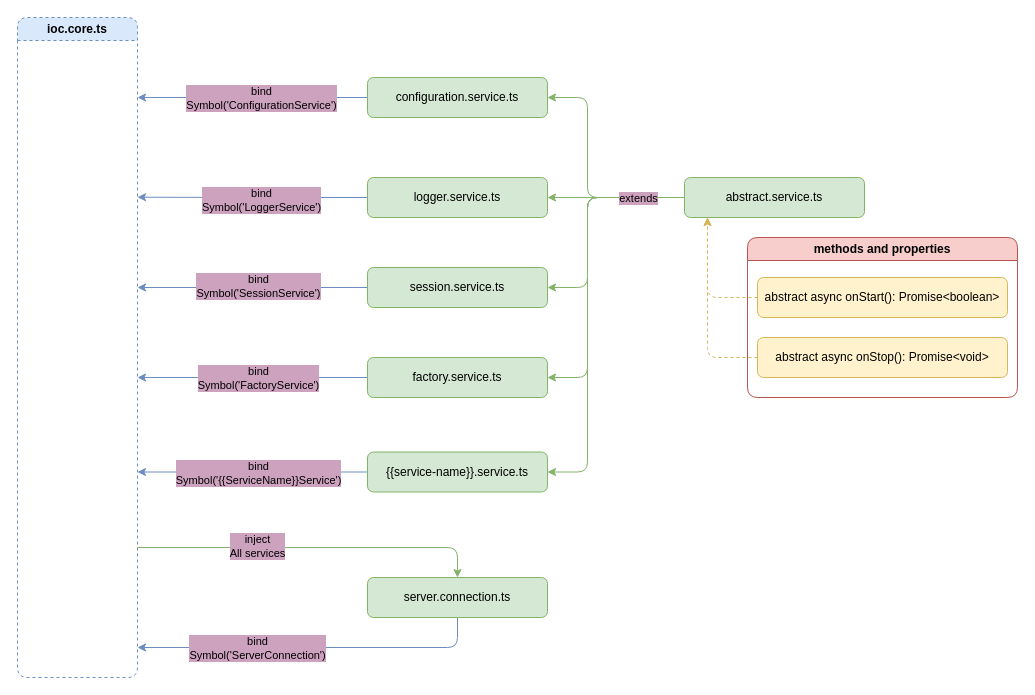
This is documentation/server-platform/drawio/Services.drawio from Avelate/avelate-documentation, a draw.io file, before an edit. Source tidied: cells renumbered, new cells numbered last; positions are measured from the earlier drawing's top-left corner, leaving out a move shared by most shapes. Both pictures are drawn from the tidied source at 100%, with x=0, y=0 at pixel (17, 17).
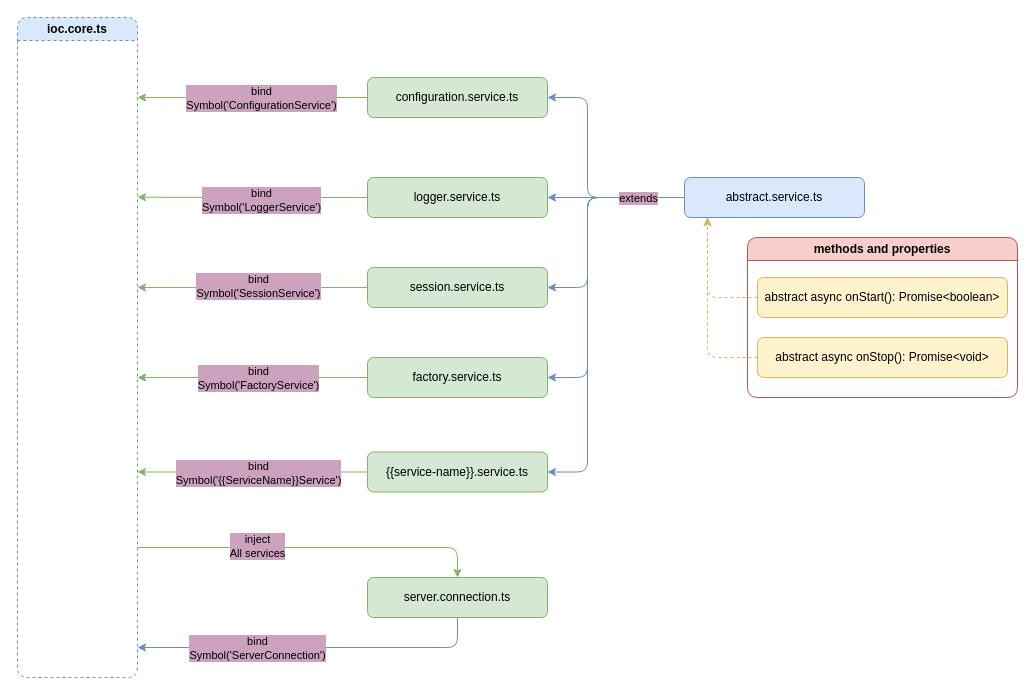
After the change.

Unchanged cells that the change refers to:
```xml
<mxCell id="7" value="configuration.service.ts" style="rounded=1;whiteSpace=wrap;html=1;fillColor=#d5e8d4;strokeColor=#82b366;" parent="1" vertex="1">
  <mxGeometry x="350" y="60" width="180" height="40" as="geometry" />
</mxCell>
<mxCell id="9" value="logger.service.ts" style="rounded=1;whiteSpace=wrap;html=1;fillColor=#d5e8d4;strokeColor=#82b366;" parent="1" vertex="1">
  <mxGeometry x="350" y="160" width="180" height="40" as="geometry" />
</mxCell>
<mxCell id="12" value="session.service.ts" style="rounded=1;whiteSpace=wrap;html=1;fillColor=#d5e8d4;strokeColor=#82b366;" parent="1" vertex="1">
  <mxGeometry x="350" y="250" width="180" height="40" as="geometry" />
</mxCell>
<mxCell id="27" value="factory.service.ts" style="rounded=1;whiteSpace=wrap;html=1;fillColor=#d5e8d4;strokeColor=#82b366;" parent="1" vertex="1">
  <mxGeometry x="350" y="340" width="180" height="40" as="geometry" />
</mxCell>
<mxCell id="30" value="{{service-name}}.service.ts" style="rounded=1;whiteSpace=wrap;html=1;fillColor=#d5e8d4;strokeColor=#82b366;" parent="1" vertex="1">
  <mxGeometry x="350" y="434.5" width="180" height="40" as="geometry" />
</mxCell>
```

The edit, as a diff of the source:
```diff
@@
-    <mxCell id="5" style="edgeStyle=orthogonalEdgeStyle;rounded=0;jettySize=auto;html=1;fillColor=#dae8fc;strokeColor=#6c8ebf;" parent="1" edge="1" source="7">
+    <mxCell id="5" style="edgeStyle=orthogonalEdgeStyle;rounded=0;jettySize=auto;html=1;fillColor=#d5e8d4;strokeColor=#82b366;" parent="1" edge="1" source="7">
       <mxGeometry relative="1" as="geometry">
         <mxPoint x="120" y="80" as="targetPoint" />
       </mxGeometry>
     </mxCell>
@@
-    <mxCell id="8" style="edgeStyle=orthogonalEdgeStyle;rounded=0;jettySize=auto;html=1;exitX=0;exitY=0.5;exitDx=0;exitDy=0;fillColor=#dae8fc;strokeColor=#6c8ebf;" parent="1" edge="1" source="9">
+    <mxCell id="8" style="edgeStyle=orthogonalEdgeStyle;rounded=0;jettySize=auto;html=1;exitX=0;exitY=0.5;exitDx=0;exitDy=0;fillColor=#d5e8d4;strokeColor=#82b366;" parent="1" edge="1" source="9">
       <mxGeometry relative="1" as="geometry">
         <mxPoint x="120" y="179.7" as="targetPoint" />
       </mxGeometry>
     </mxCell>
@@
-    <mxCell id="10" style="edgeStyle=orthogonalEdgeStyle;rounded=0;jettySize=auto;html=1;fillColor=#dae8fc;strokeColor=#6c8ebf;" parent="1" edge="1" source="12">
+    <mxCell id="10" style="edgeStyle=orthogonalEdgeStyle;rounded=0;jettySize=auto;html=1;fillColor=#d5e8d4;strokeColor=#82b366;" parent="1" edge="1" source="12">
       <mxGeometry relative="1" as="geometry">
         <mxPoint x="120" y="270" as="targetPoint" />
         <Array as="points">
           <mxPoint x="240" y="270" />
           <mxPoint x="240" y="270" />
         </Array>
       </mxGeometry>
     </mxCell>
@@
-    <mxCell id="14" style="edgeStyle=orthogonalEdgeStyle;rounded=1;jettySize=auto;html=1;entryX=1;entryY=0.5;entryDx=0;entryDy=0;fillColor=#d5e8d4;strokeColor=#82b366;" parent="1" edge="1" source="20" target="7">
+    <mxCell id="14" style="edgeStyle=orthogonalEdgeStyle;rounded=1;jettySize=auto;html=1;entryX=1;entryY=0.5;entryDx=0;entryDy=0;fillColor=#dae8fc;strokeColor=#6c8ebf;" parent="1" edge="1" source="20" target="7">
       <mxGeometry relative="1" as="geometry">
         <Array as="points">
           <mxPoint x="570" y="180" />
           <mxPoint x="570" y="80" />
         </Array>
       </mxGeometry>
     </mxCell>
-    <mxCell id="15" style="edgeStyle=orthogonalEdgeStyle;rounded=1;jettySize=auto;html=1;entryX=1;entryY=0.5;entryDx=0;entryDy=0;fillColor=#d5e8d4;strokeColor=#82b366;" parent="1" edge="1" source="20" target="9">
+    <mxCell id="15" style="edgeStyle=orthogonalEdgeStyle;rounded=1;jettySize=auto;html=1;entryX=1;entryY=0.5;entryDx=0;entryDy=0;fillColor=#dae8fc;strokeColor=#6c8ebf;" parent="1" edge="1" source="20" target="9">
       <mxGeometry relative="1" as="geometry" />
     </mxCell>
-    <mxCell id="16" style="edgeStyle=orthogonalEdgeStyle;rounded=1;jettySize=auto;html=1;entryX=1;entryY=0.5;entryDx=0;entryDy=0;fillColor=#d5e8d4;strokeColor=#82b366;" parent="1" edge="1" source="20" target="12">
+    <mxCell id="16" style="edgeStyle=orthogonalEdgeStyle;rounded=1;jettySize=auto;html=1;entryX=1;entryY=0.5;entryDx=0;entryDy=0;fillColor=#dae8fc;strokeColor=#6c8ebf;" parent="1" edge="1" source="20" target="12">
       <mxGeometry relative="1" as="geometry">
         <Array as="points">
           <mxPoint x="570" y="180" />
           <mxPoint x="570" y="270" />
         </Array>
       </mxGeometry>
     </mxCell>
-    <mxCell id="17" style="edgeStyle=orthogonalEdgeStyle;rounded=1;jettySize=auto;html=1;entryX=1;entryY=0.5;entryDx=0;entryDy=0;fillColor=#d5e8d4;strokeColor=#82b366;" parent="1" edge="1" source="20" target="27">
+    <mxCell id="17" style="edgeStyle=orthogonalEdgeStyle;rounded=1;jettySize=auto;html=1;entryX=1;entryY=0.5;entryDx=0;entryDy=0;fillColor=#dae8fc;strokeColor=#6c8ebf;" parent="1" edge="1" source="20" target="27">
       <mxGeometry relative="1" as="geometry">
         <Array as="points">
           <mxPoint x="570" y="180" />
           <mxPoint x="570" y="360" />
         </Array>
       </mxGeometry>
     </mxCell>
-    <mxCell id="18" style="edgeStyle=orthogonalEdgeStyle;rounded=1;jettySize=auto;html=1;entryX=1;entryY=0.5;entryDx=0;entryDy=0;fillColor=#d5e8d4;strokeColor=#82b366;" parent="1" edge="1" source="20" target="30">
+    <mxCell id="18" style="edgeStyle=orthogonalEdgeStyle;rounded=1;jettySize=auto;html=1;entryX=1;entryY=0.5;entryDx=0;entryDy=0;fillColor=#dae8fc;strokeColor=#6c8ebf;" parent="1" edge="1" source="20" target="30">
       <mxGeometry relative="1" as="geometry">
         <Array as="points">
           <mxPoint x="570" y="180" />
           <mxPoint x="570" y="454" />
         </Array>
       </mxGeometry>
     </mxCell>
@@
-    <mxCell id="20" value="abstract.service.ts" style="rounded=1;whiteSpace=wrap;html=1;fillColor=#d5e8d4;strokeColor=#82b366;" parent="1" vertex="1">
+    <mxCell id="20" value="abstract.service.ts" style="rounded=1;whiteSpace=wrap;html=1;fillColor=#dae8fc;strokeColor=#6c8ebf;" parent="1" vertex="1">
       <mxGeometry x="667" y="160" width="180" height="40" as="geometry" />
     </mxCell>
@@
-    <mxCell id="26" style="edgeStyle=orthogonalEdgeStyle;rounded=0;jettySize=auto;html=1;fillColor=#dae8fc;strokeColor=#6c8ebf;" parent="1" edge="1" source="27">
+    <mxCell id="26" style="edgeStyle=orthogonalEdgeStyle;rounded=0;jettySize=auto;html=1;fillColor=#d5e8d4;strokeColor=#82b366;" parent="1" edge="1" source="27">
       <mxGeometry relative="1" as="geometry">
         <mxPoint x="120" y="360" as="targetPoint" />
       </mxGeometry>
     </mxCell>
@@
-    <mxCell id="29" style="edgeStyle=orthogonalEdgeStyle;rounded=0;jettySize=auto;html=1;fillColor=#dae8fc;strokeColor=#6c8ebf;" parent="1" edge="1" source="30">
+    <mxCell id="29" style="edgeStyle=orthogonalEdgeStyle;rounded=0;jettySize=auto;html=1;fillColor=#d5e8d4;strokeColor=#82b366;" parent="1" edge="1" source="30">
       <mxGeometry relative="1" as="geometry">
         <mxPoint x="120" y="454.5" as="targetPoint" />
       </mxGeometry>
     </mxCell>
```
